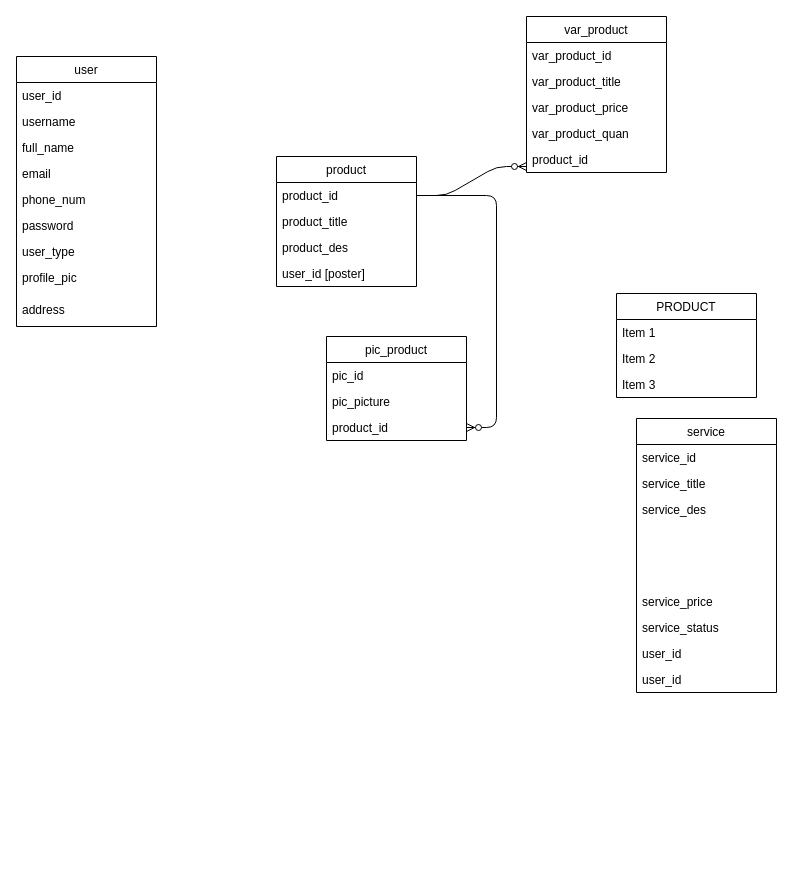
Earlier version of the draw.io diagram Untitled Diagram.drawio (aqilanwar/iium-v). Source tidied: cells renumbered, new cells numbered last; positions are measured from the earlier drawing's top-left corner, leaving out a move shared by most shapes. Both pictures are drawn from the tidied source at 100%, with x=0, y=0 at pixel (16, 16).
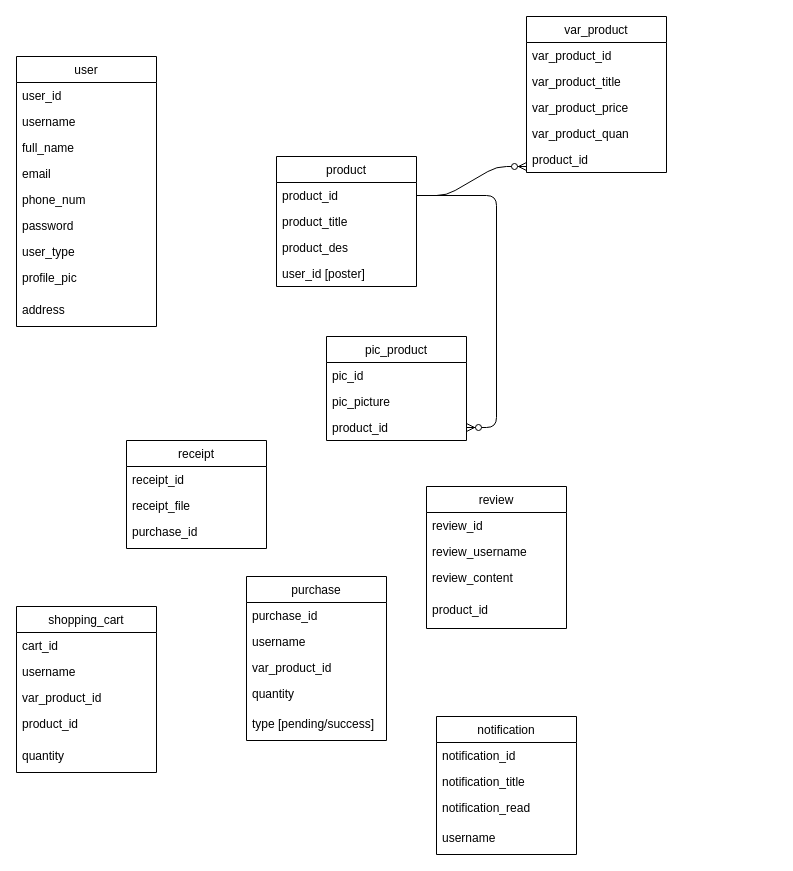
Above is the later version.

The edit, as a diff of the source:
```diff
@@
-    <mxCell id="12" value="service" style="swimlane;fontStyle=0;horizontal=1;startSize=26;fillColor=none;" parent="1" vertex="1">
-      <mxGeometry x="620" y="402" width="140" height="274" as="geometry" />
-    </mxCell>
-    <mxCell id="13" value="service_id" style="text;strokeColor=none;fillColor=none;align=left;verticalAlign=top;spacingLeft=4;spacingRight=4;overflow=hidden;" parent="12" vertex="1">
-      <mxGeometry y="26" width="140" height="26" as="geometry" />
-    </mxCell>
-    <mxCell id="14" value="service_title" style="text;strokeColor=none;fillColor=none;align=left;verticalAlign=top;spacingLeft=4;spacingRight=4;overflow=hidden;" parent="12" vertex="1">
-      <mxGeometry y="52" width="140" height="26" as="geometry" />
-    </mxCell>
-    <mxCell id="15" value="service_des" style="text;strokeColor=none;fillColor=none;align=left;verticalAlign=top;spacingLeft=4;spacingRight=4;overflow=hidden;" parent="12" vertex="1">
-      <mxGeometry y="78" width="140" height="92" as="geometry" />
-    </mxCell>
-    <mxCell id="16" value="service_price" style="text;strokeColor=none;fillColor=none;align=left;verticalAlign=top;spacingLeft=4;spacingRight=4;overflow=hidden;" parent="12" vertex="1">
-      <mxGeometry y="170" width="140" height="26" as="geometry" />
-    </mxCell>
-    <mxCell id="17" value="service_status" style="text;strokeColor=none;fillColor=none;align=left;verticalAlign=top;spacingLeft=4;spacingRight=4;overflow=hidden;" parent="12" vertex="1">
-      <mxGeometry y="196" width="140" height="26" as="geometry" />
-    </mxCell>
-    <mxCell id="18" value="user_id" style="text;strokeColor=none;fillColor=none;align=left;verticalAlign=top;spacingLeft=4;spacingRight=4;overflow=hidden;" parent="12" vertex="1">
-      <mxGeometry y="222" width="140" height="26" as="geometry" />
-    </mxCell>
-    <mxCell id="19" value="user_id" style="text;strokeColor=none;fillColor=none;align=left;verticalAlign=top;spacingLeft=4;spacingRight=4;overflow=hidden;" parent="12" vertex="1">
-      <mxGeometry y="248" width="140" height="26" as="geometry" />
-    </mxCell>
@@
-    <mxCell id="26" value="PRODUCT" style="swimlane;fontStyle=0;horizontal=1;startSize=26;fillColor=none;" parent="1" vertex="1">
-      <mxGeometry x="600" y="277" width="140" height="104" as="geometry" />
+    <mxCell id="26" value="review" style="swimlane;fontStyle=0;horizontal=1;startSize=26;fillColor=none;" parent="1" vertex="1">
+      <mxGeometry x="410" y="470" width="140" height="142" as="geometry" />
     </mxCell>
-    <mxCell id="27" value="Item 1" style="text;strokeColor=none;fillColor=none;align=left;verticalAlign=top;spacingLeft=4;spacingRight=4;overflow=hidden;" parent="26" vertex="1">
+    <mxCell id="27" value="review_id" style="text;strokeColor=none;fillColor=none;align=left;verticalAlign=top;spacingLeft=4;spacingRight=4;overflow=hidden;" parent="26" vertex="1">
       <mxGeometry y="26" width="140" height="26" as="geometry" />
     </mxCell>
-    <mxCell id="28" value="Item 2" style="text;strokeColor=none;fillColor=none;align=left;verticalAlign=top;spacingLeft=4;spacingRight=4;overflow=hidden;" parent="26" vertex="1">
+    <mxCell id="28" value="review_username" style="text;strokeColor=none;fillColor=none;align=left;verticalAlign=top;spacingLeft=4;spacingRight=4;overflow=hidden;" parent="26" vertex="1">
       <mxGeometry y="52" width="140" height="26" as="geometry" />
     </mxCell>
+    <mxCell id="41" value="review_content" style="text;strokeColor=none;fillColor=none;align=left;verticalAlign=top;spacingLeft=4;spacingRight=4;overflow=hidden;" parent="26" vertex="1">
+      <mxGeometry y="78" width="140" height="32" as="geometry" />
+    </mxCell>
-    <mxCell id="29" value="Item 3" style="text;strokeColor=none;fillColor=none;align=left;verticalAlign=top;spacingLeft=4;spacingRight=4;overflow=hidden;" parent="26" vertex="1">
-      <mxGeometry y="78" width="140" height="26" as="geometry" />
+    <mxCell id="29" value="product_id" style="text;strokeColor=none;fillColor=none;align=left;verticalAlign=top;spacingLeft=4;spacingRight=4;overflow=hidden;" parent="26" vertex="1">
+      <mxGeometry y="110" width="140" height="32" as="geometry" />
     </mxCell>
@@
+    <mxCell id="42" value="shopping_cart" style="swimlane;fontStyle=0;horizontal=1;startSize=26;fillColor=none;" parent="1" vertex="1">
+      <mxGeometry y="590" width="140" height="166" as="geometry" />
+    </mxCell>
+    <mxCell id="43" value="cart_id" style="text;strokeColor=none;fillColor=none;align=left;verticalAlign=top;spacingLeft=4;spacingRight=4;overflow=hidden;" parent="42" vertex="1">
+      <mxGeometry y="26" width="140" height="26" as="geometry" />
+    </mxCell>
+    <mxCell id="44" value="username" style="text;strokeColor=none;fillColor=none;align=left;verticalAlign=top;spacingLeft=4;spacingRight=4;overflow=hidden;" parent="42" vertex="1">
+      <mxGeometry y="52" width="140" height="26" as="geometry" />
+    </mxCell>
+    <mxCell id="45" value="var_product_id" style="text;strokeColor=none;fillColor=none;align=left;verticalAlign=top;spacingLeft=4;spacingRight=4;overflow=hidden;" parent="42" vertex="1">
+      <mxGeometry y="78" width="140" height="26" as="geometry" />
+    </mxCell>
+    <mxCell id="46" value="product_id" style="text;strokeColor=none;fillColor=none;align=left;verticalAlign=top;spacingLeft=4;spacingRight=4;overflow=hidden;" parent="42" vertex="1">
+      <mxGeometry y="104" width="140" height="32" as="geometry" />
+    </mxCell>
+    <mxCell id="47" value="quantity" style="text;strokeColor=none;fillColor=none;align=left;verticalAlign=top;spacingLeft=4;spacingRight=4;overflow=hidden;" parent="42" vertex="1">
+      <mxGeometry y="136" width="140" height="30" as="geometry" />
+    </mxCell>
+    <mxCell id="48" value="purchase" style="swimlane;fontStyle=0;horizontal=1;startSize=26;fillColor=none;" parent="1" vertex="1">
+      <mxGeometry x="230" y="560" width="140" height="164" as="geometry" />
+    </mxCell>
+    <mxCell id="49" value="purchase_id" style="text;strokeColor=none;fillColor=none;align=left;verticalAlign=top;spacingLeft=4;spacingRight=4;overflow=hidden;" parent="48" vertex="1">
+      <mxGeometry y="26" width="140" height="26" as="geometry" />
+    </mxCell>
+    <mxCell id="50" value="username" style="text;strokeColor=none;fillColor=none;align=left;verticalAlign=top;spacingLeft=4;spacingRight=4;overflow=hidden;" parent="48" vertex="1">
+      <mxGeometry y="52" width="140" height="26" as="geometry" />
+    </mxCell>
+    <mxCell id="51" value="var_product_id" style="text;strokeColor=none;fillColor=none;align=left;verticalAlign=top;spacingLeft=4;spacingRight=4;overflow=hidden;" parent="48" vertex="1">
+      <mxGeometry y="78" width="140" height="26" as="geometry" />
+    </mxCell>
+    <mxCell id="52" value="quantity" style="text;strokeColor=none;fillColor=none;align=left;verticalAlign=top;spacingLeft=4;spacingRight=4;overflow=hidden;" parent="48" vertex="1">
+      <mxGeometry y="104" width="140" height="30" as="geometry" />
+    </mxCell>
+    <mxCell id="53" value="type [pending/success]" style="text;strokeColor=none;fillColor=none;align=left;verticalAlign=top;spacingLeft=4;spacingRight=4;overflow=hidden;" parent="48" vertex="1">
+      <mxGeometry y="134" width="140" height="30" as="geometry" />
+    </mxCell>
+    <mxCell id="54" value="notification" style="swimlane;fontStyle=0;horizontal=1;startSize=26;fillColor=none;" parent="1" vertex="1">
+      <mxGeometry x="420" y="700" width="140" height="138" as="geometry" />
+    </mxCell>
+    <mxCell id="55" value="notification_id" style="text;strokeColor=none;fillColor=none;align=left;verticalAlign=top;spacingLeft=4;spacingRight=4;overflow=hidden;" parent="54" vertex="1">
+      <mxGeometry y="26" width="140" height="26" as="geometry" />
+    </mxCell>
+    <mxCell id="56" value="notification_title" style="text;strokeColor=none;fillColor=none;align=left;verticalAlign=top;spacingLeft=4;spacingRight=4;overflow=hidden;" parent="54" vertex="1">
+      <mxGeometry y="52" width="140" height="26" as="geometry" />
+    </mxCell>
+    <mxCell id="57" value="notification_read" style="text;strokeColor=none;fillColor=none;align=left;verticalAlign=top;spacingLeft=4;spacingRight=4;overflow=hidden;" parent="54" vertex="1">
+      <mxGeometry y="78" width="140" height="30" as="geometry" />
+    </mxCell>
+    <mxCell id="58" value="username" style="text;strokeColor=none;fillColor=none;align=left;verticalAlign=top;spacingLeft=4;spacingRight=4;overflow=hidden;" parent="54" vertex="1">
+      <mxGeometry y="108" width="140" height="30" as="geometry" />
+    </mxCell>
+    <mxCell id="59" value="receipt" style="swimlane;fontStyle=0;horizontal=1;startSize=26;fillColor=none;" parent="1" vertex="1">
+      <mxGeometry x="110" y="424" width="140" height="108" as="geometry" />
+    </mxCell>
+    <mxCell id="60" value="receipt_id" style="text;strokeColor=none;fillColor=none;align=left;verticalAlign=top;spacingLeft=4;spacingRight=4;overflow=hidden;" parent="59" vertex="1">
+      <mxGeometry y="26" width="140" height="26" as="geometry" />
+    </mxCell>
+    <mxCell id="61" value="receipt_file" style="text;strokeColor=none;fillColor=none;align=left;verticalAlign=top;spacingLeft=4;spacingRight=4;overflow=hidden;" parent="59" vertex="1">
+      <mxGeometry y="52" width="140" height="26" as="geometry" />
+    </mxCell>
+    <mxCell id="62" value="purchase_id" style="text;strokeColor=none;fillColor=none;align=left;verticalAlign=top;spacingLeft=4;spacingRight=4;overflow=hidden;" parent="59" vertex="1">
+      <mxGeometry y="78" width="140" height="30" as="geometry" />
+    </mxCell>
```
